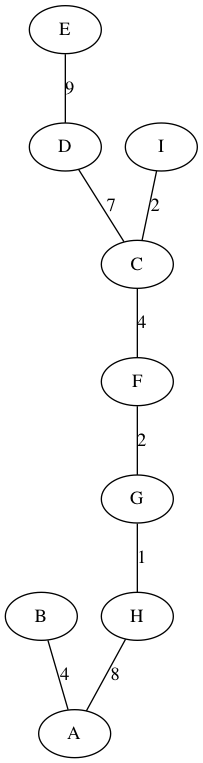
Before: files/g14mst_prim.png, a diagram exported from Graphviz (gyuho/goraph). Its source is kept beside it as algorithm/mst/prim/g14mst_prim.dot.
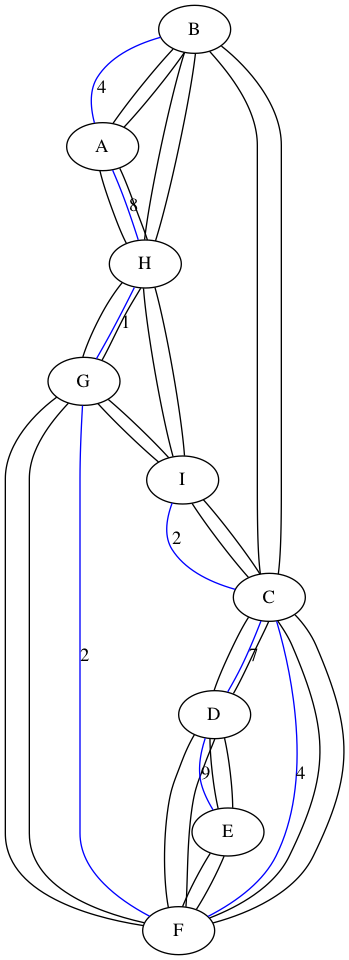
After the commit.

Diff of the diagram source:
```diff
@@ -1,10 +1,38 @@
 graph PrimMST {
-	B -- A [label=4]
-	H -- A [label=8]
-	D -- C [label=7]
-	C -- F [label=4]
-	F -- G [label=2]
-	E -- D [label=9]
-	G -- H [label=1]
-	I -- C [label=2]
+	B -- A [label=4, color=blue]
+	H -- A [label=8, color=blue]
+	C -- F [label=4, color=blue]
+	I -- C [label=2, color=blue]
+	F -- G [label=2, color=blue]
+	D -- C [label=7, color=blue]
+	E -- D [label=9, color=blue]
+	G -- H [label=1, color=blue]
+	A -- B
+	A -- H
+	B -- A
+	B -- H
+	B -- C
+	C -- B
+	C -- I
+	C -- F
+	C -- D
+	D -- C
+	D -- F
+	D -- E
+	E -- D
+	E -- F
+	F -- G
+	F -- C
+	F -- D
+	F -- E
+	I -- H
+	I -- G
+	I -- C
+	G -- H
+	G -- I
+	G -- F
+	H -- A
+	H -- B
+	H -- I
+	H -- G
 }
```
